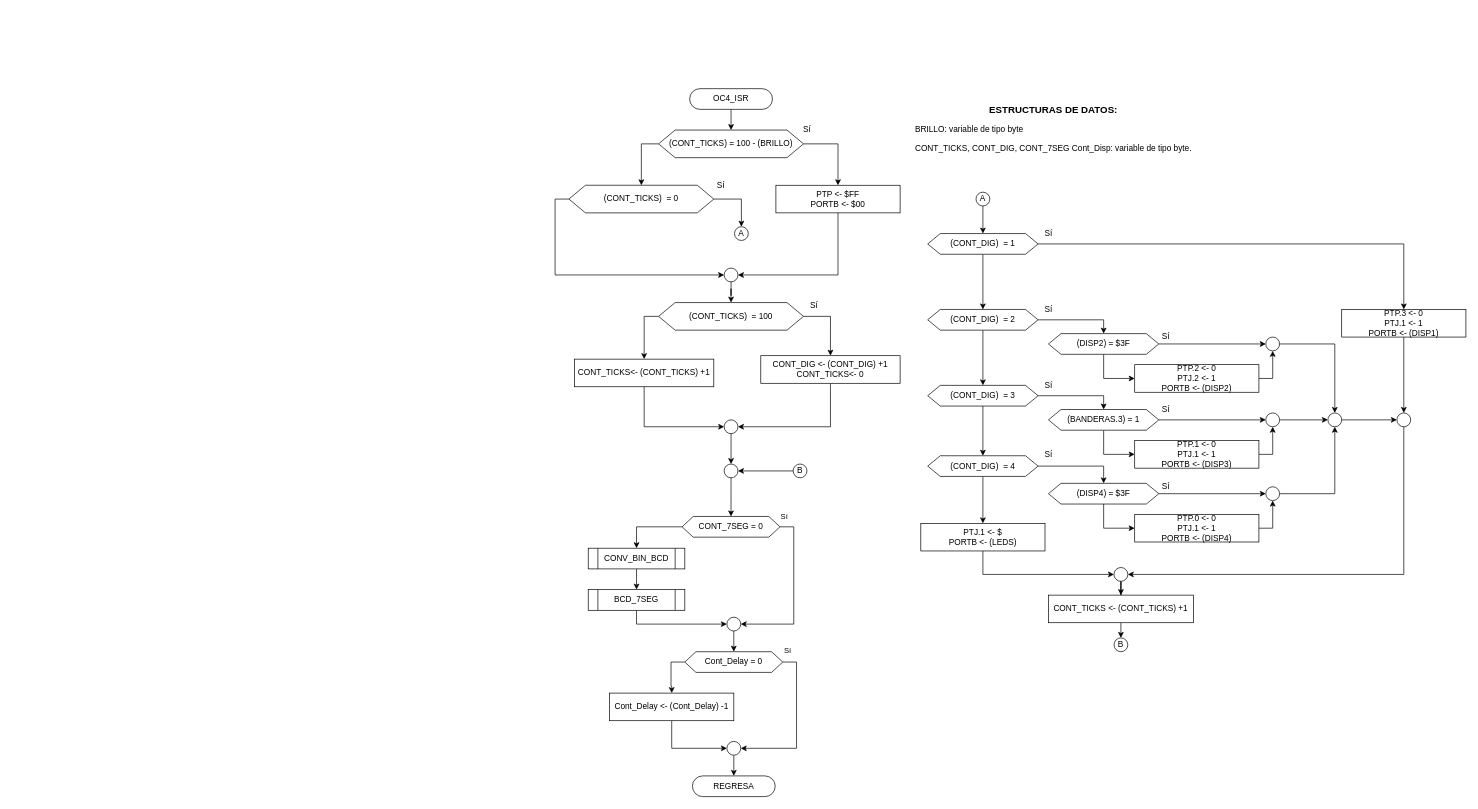
This is Tareas/T5/diagramas/drawio/OCR4_ISR.drawio from moisotico/Microprocesadores, a draw.io file, before an edit. Source tidied: cells renumbered, new cells numbered last; positions are measured from the earlier drawing's top-left corner, leaving out a move shared by most shapes. Both pictures are drawn from the tidied source at 69%, with x=0, y=0 at pixel (569, 88).
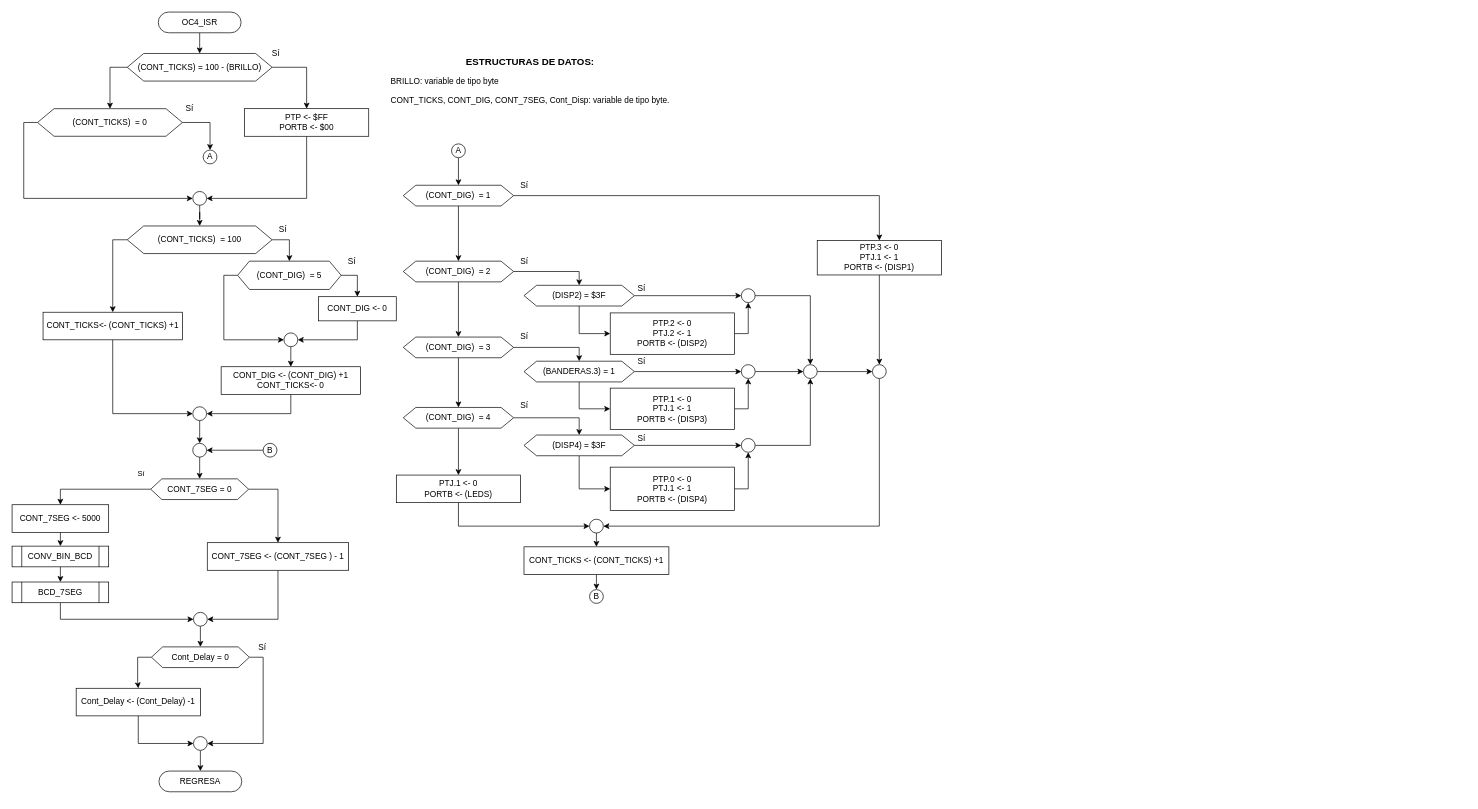
The same diagram, later.

Unchanged cells that the change refers to:
```xml
<mxCell id="9" style="edgeStyle=orthogonalEdgeStyle;rounded=0;jettySize=auto;html=1;exitX=1;exitY=0.5;exitDx=0;exitDy=0;entryX=1;entryY=0.5;entryDx=0;entryDy=0;" parent="1" edge="1" source="12" target="17">
  <mxGeometry relative="1" as="geometry" />
</mxCell>
```

What changed in the source:
```diff
@@
     <mxCell id="3" value="OC4_ISR" style="rounded=1;whiteSpace=wrap;html=1;fontSize=12;glass=0;strokeWidth=1;shadow=0;arcSize=50;" parent="1" vertex="1">
-      <mxGeometry x="175" width="120" height="30" as="geometry" />
+      <mxGeometry x="-595.1" y="-111" width="120" height="30" as="geometry" />
     </mxCell>
@@
     <mxCell id="5" value="CONV_BIN_BCD" style="shape=process;whiteSpace=wrap;html=1;backgroundOutline=1;" parent="1" vertex="1">
-      <mxGeometry x="28" y="666" width="140" height="30" as="geometry" />
+      <mxGeometry x="-807" y="663" width="140" height="30" as="geometry" />
     </mxCell>
@@
     <mxCell id="7" value="BCD_7SEG" style="shape=process;whiteSpace=wrap;html=1;backgroundOutline=1;" parent="1" vertex="1">
-      <mxGeometry x="28" y="726" width="140" height="30" as="geometry" />
+      <mxGeometry x="-807" y="715" width="140" height="30" as="geometry" />
     </mxCell>
-    <mxCell id="8" value="&lt;h3 style=&quot;text-align: center&quot;&gt;ESTRUCTURAS DE DATOS:&lt;/h3&gt;&lt;p&gt;BRILLO: variable de tipo byte&lt;br&gt;&lt;/p&gt;&lt;p&gt;CONT_TICKS, CONT_DIG, CONT_7SEG Cont_Disp: variable de tipo byte.&lt;/p&gt;&lt;p&gt;&lt;br&gt;&lt;/p&gt;&lt;p&gt;&lt;/p&gt;" style="text;html=1;strokeColor=none;fillColor=none;align=left;verticalAlign=middle;whiteSpace=wrap;rounded=0;" parent="1" vertex="1">
-      <mxGeometry x="500" width="440" height="140" as="geometry" />
+    <mxCell id="8" value="&lt;h3 style=&quot;text-align: center&quot;&gt;ESTRUCTURAS DE DATOS:&lt;/h3&gt;&lt;p&gt;BRILLO: variable de tipo byte&lt;br&gt;&lt;/p&gt;&lt;p&gt;CONT_TICKS, CONT_DIG, CONT_7SEG, Cont_Disp: variable de tipo byte.&lt;/p&gt;&lt;p&gt;&lt;br&gt;&lt;/p&gt;&lt;p&gt;&lt;/p&gt;" style="text;html=1;strokeColor=none;fillColor=none;align=left;verticalAlign=middle;whiteSpace=wrap;rounded=0;" parent="1" vertex="1">
+      <mxGeometry x="-260.1" y="-70" width="440" height="140" as="geometry" />
     </mxCell>
@@
-    <mxCell id="10" value="Sí" style="edgeLabel;html=1;align=center;verticalAlign=middle;" parent="9" vertex="1">
-      <mxGeometry x="-0.94" y="17" relative="1" as="geometry" />
-    </mxCell>
@@
     <mxCell id="12" value="Cont_Delay = 0" style="shape=hexagon;perimeter=hexagonPerimeter2;whiteSpace=wrap;html=1;size=0.11394117647058827;" parent="1" vertex="1">
-      <mxGeometry x="168" y="816" width="141.9" height="30" as="geometry" />
+      <mxGeometry x="-605" y="809" width="141.9" height="30" as="geometry" />
     </mxCell>
@@
     <mxCell id="14" value="Cont_Delay &amp;lt;- (Cont_Delay) -1" style="rounded=0;whiteSpace=wrap;html=1;" parent="1" vertex="1">
-      <mxGeometry x="59" y="876" width="180" height="40" as="geometry" />
+      <mxGeometry x="-714.1" y="869" width="180" height="40" as="geometry" />
     </mxCell>
     <mxCell id="15" value="REGRESA" style="rounded=1;whiteSpace=wrap;html=1;fontSize=12;glass=0;strokeWidth=1;shadow=0;arcSize=50;" parent="1" vertex="1">
-      <mxGeometry x="179" y="996" width="120" height="30" as="geometry" />
+      <mxGeometry x="-594.1" y="989" width="120" height="30" as="geometry" />
     </mxCell>
@@
     <mxCell id="17" style="ellipse;whiteSpace=wrap;html=1;" parent="1" vertex="1">
-      <mxGeometry x="229" y="946" width="20" height="20" as="geometry" />
+      <mxGeometry x="-544.1" y="939" width="20" height="20" as="geometry" />
     </mxCell>
@@
     <mxCell id="20" value="(CONT_TICKS)&amp;nbsp; = 0" style="shape=hexagon;perimeter=hexagonPerimeter2;whiteSpace=wrap;html=1;size=0.11394117647058827;" parent="1" vertex="1">
-      <mxGeometry y="140" width="210" height="40" as="geometry" />
+      <mxGeometry x="-770.1" y="29" width="210" height="40" as="geometry" />
     </mxCell>
@@
     <mxCell id="23" value="(CONT_TICKS) = 100 - (BRILLO)" style="shape=hexagon;perimeter=hexagonPerimeter2;whiteSpace=wrap;html=1;size=0.11394117647058827;" parent="1" vertex="1">
-      <mxGeometry x="130" y="60" width="210" height="40" as="geometry" />
+      <mxGeometry x="-640.1" y="-51" width="210" height="40" as="geometry" />
     </mxCell>
@@
     <mxCell id="25" style="ellipse;whiteSpace=wrap;html=1;" parent="1" vertex="1">
-      <mxGeometry x="225" y="260" width="20" height="20" as="geometry" />
+      <mxGeometry x="-545.1" y="149" width="20" height="20" as="geometry" />
     </mxCell>
@@
     <mxCell id="27" value="PTP &amp;lt;- $FF&lt;br&gt;PORTB &amp;lt;- $00" style="rounded=0;whiteSpace=wrap;html=1;" parent="1" vertex="1">
-      <mxGeometry x="300" y="140" width="180" height="40" as="geometry" />
+      <mxGeometry x="-470.1" y="29" width="180" height="40" as="geometry" />
     </mxCell>
     <mxCell id="28" value="Sí" style="text;html=1;align=center;verticalAlign=middle;" parent="1" vertex="1">
-      <mxGeometry x="330" y="50" width="30" height="20" as="geometry" />
+      <mxGeometry x="-440.1" y="-61" width="30" height="20" as="geometry" />
     </mxCell>
-    <mxCell id="29" style="edgeStyle=orthogonalEdgeStyle;rounded=0;jettySize=auto;html=1;exitX=0;exitY=0.5;exitDx=0;exitDy=0;entryX=0.5;entryY=0;entryDx=0;entryDy=0;" parent="1" edge="1" source="31" target="82">
+    <mxCell id="29" style="edgeStyle=orthogonalEdgeStyle;rounded=0;jettySize=auto;html=1;exitX=0;exitY=0.5;exitDx=0;exitDy=0;" parent="1" edge="1" source="31" target="82">
       <mxGeometry relative="1" as="geometry" />
     </mxCell>
-    <mxCell id="30" style="edgeStyle=orthogonalEdgeStyle;rounded=0;jettySize=auto;html=1;exitX=1;exitY=0.5;exitDx=0;exitDy=0;entryX=0.5;entryY=0;entryDx=0;entryDy=0;" parent="1" edge="1" source="31" target="84">
-      <mxGeometry relative="1" as="geometry" />
-    </mxCell>
+    <mxCell id="106" style="edgeStyle=orthogonalEdgeStyle;rounded=0;jettySize=auto;html=1;exitX=1;exitY=0.5;exitDx=0;exitDy=0;" parent="1" edge="1" source="31" target="111">
+      <mxGeometry relative="1" as="geometry" />
+    </mxCell>
     <mxCell id="31" value="(CONT_TICKS)&amp;nbsp; = 100" style="shape=hexagon;perimeter=hexagonPerimeter2;whiteSpace=wrap;html=1;size=0.11394117647058827;" parent="1" vertex="1">
-      <mxGeometry x="130" y="310" width="210" height="40" as="geometry" />
+      <mxGeometry x="-640.1" y="199" width="210" height="40" as="geometry" />
     </mxCell>
     <mxCell id="32" value="A" style="ellipse;whiteSpace=wrap;html=1;" parent="1" vertex="1">
-      <mxGeometry x="240" y="200" width="20" height="20" as="geometry" />
+      <mxGeometry x="-530.1" y="89" width="20" height="20" as="geometry" />
     </mxCell>
     <mxCell id="33" value="Sí" style="text;html=1;align=center;verticalAlign=middle;" parent="1" vertex="1">
-      <mxGeometry x="205" y="130" width="30" height="20" as="geometry" />
+      <mxGeometry x="-565.1" y="19" width="30" height="20" as="geometry" />
     </mxCell>
@@
     <mxCell id="35" value="A" style="ellipse;whiteSpace=wrap;html=1;" parent="1" vertex="1">
-      <mxGeometry x="590" y="150" width="20" height="20" as="geometry" />
+      <mxGeometry x="-170.1" y="80" width="20" height="20" as="geometry" />
     </mxCell>
@@
     <mxCell id="38" value="(CONT_DIG)&amp;nbsp; = 1" style="shape=hexagon;perimeter=hexagonPerimeter2;whiteSpace=wrap;html=1;size=0.11394117647058827;" parent="1" vertex="1">
-      <mxGeometry x="520" y="210" width="160" height="30" as="geometry" />
+      <mxGeometry x="-240.1" y="140" width="160" height="30" as="geometry" />
     </mxCell>
@@
     <mxCell id="41" value="(CONT_DIG)&amp;nbsp; = 2" style="shape=hexagon;perimeter=hexagonPerimeter2;whiteSpace=wrap;html=1;size=0.11394117647058827;" parent="1" vertex="1">
-      <mxGeometry x="520" y="320" width="160" height="30" as="geometry" />
+      <mxGeometry x="-240.1" y="250" width="160" height="30" as="geometry" />
     </mxCell>
@@
     <mxCell id="44" value="(DISP2) = $3F" style="shape=hexagon;perimeter=hexagonPerimeter2;whiteSpace=wrap;html=1;size=0.11394117647058827;" parent="1" vertex="1">
-      <mxGeometry x="695" y="355" width="160" height="30" as="geometry" />
+      <mxGeometry x="-65.1" y="285" width="160" height="30" as="geometry" />
     </mxCell>
@@
     <mxCell id="47" value="(CONT_DIG)&amp;nbsp; = 3" style="shape=hexagon;perimeter=hexagonPerimeter2;whiteSpace=wrap;html=1;size=0.11394117647058827;" parent="1" vertex="1">
-      <mxGeometry x="520" y="430" width="160" height="30" as="geometry" />
+      <mxGeometry x="-240.1" y="360" width="160" height="30" as="geometry" />
     </mxCell>
@@
     <mxCell id="50" value="(CONT_DIG)&amp;nbsp; = 4" style="shape=hexagon;perimeter=hexagonPerimeter2;whiteSpace=wrap;html=1;size=0.11394117647058827;" parent="1" vertex="1">
-      <mxGeometry x="520" y="532" width="160" height="30" as="geometry" />
+      <mxGeometry x="-240.1" y="462" width="160" height="30" as="geometry" />
     </mxCell>
@@
-    <mxCell id="52" value="PTJ.1 &amp;lt;- $&lt;br&gt;PORTB &amp;lt;- (LEDS)" style="rounded=0;whiteSpace=wrap;html=1;" parent="1" vertex="1">
-      <mxGeometry x="510" y="630" width="180" height="40" as="geometry" />
+    <mxCell id="52" value="PTJ.1 &amp;lt;- 0&lt;br&gt;PORTB &amp;lt;- (LEDS)" style="rounded=0;whiteSpace=wrap;html=1;" parent="1" vertex="1">
+      <mxGeometry x="-250.1" y="560" width="180" height="40" as="geometry" />
     </mxCell>
@@
     <mxCell id="54" value="PTP.3 &amp;lt;- 0&lt;br&gt;PTJ.1 &amp;lt;- 1&lt;br&gt;PORTB &amp;lt;- (DISP1)" style="rounded=0;whiteSpace=wrap;html=1;" parent="1" vertex="1">
-      <mxGeometry x="1120" y="320" width="180" height="40" as="geometry" />
+      <mxGeometry x="359.9" y="220" width="180" height="50" as="geometry" />
     </mxCell>
@@
     <mxCell id="56" style="ellipse;whiteSpace=wrap;html=1;" parent="1" vertex="1">
-      <mxGeometry x="790" y="694" width="20" height="20" as="geometry" />
+      <mxGeometry x="29.9" y="624" width="20" height="20" as="geometry" />
     </mxCell>
@@
     <mxCell id="58" value="CONT_TICKS &amp;lt;- (CONT_TICKS) +1" style="rounded=0;whiteSpace=wrap;html=1;" parent="1" vertex="1">
-      <mxGeometry x="695" y="734" width="210" height="40" as="geometry" />
+      <mxGeometry x="-65.1" y="664" width="210" height="40" as="geometry" />
     </mxCell>
@@
     <mxCell id="60" value="PTP.2 &amp;lt;- 0&lt;br&gt;PTJ.2 &amp;lt;- 1&lt;br&gt;PORTB &amp;lt;- (DISP2)" style="rounded=0;whiteSpace=wrap;html=1;" parent="1" vertex="1">
-      <mxGeometry x="820" y="400" width="180" height="40" as="geometry" />
+      <mxGeometry x="59.9" y="325" width="180" height="60" as="geometry" />
     </mxCell>
@@
     <mxCell id="62" style="ellipse;whiteSpace=wrap;html=1;" parent="1" vertex="1">
-      <mxGeometry x="1010" y="360" width="20" height="20" as="geometry" />
+      <mxGeometry x="249.9" y="290" width="20" height="20" as="geometry" />
     </mxCell>
@@
     <mxCell id="64" style="ellipse;whiteSpace=wrap;html=1;" parent="1" vertex="1">
-      <mxGeometry x="1100" y="470" width="20" height="20" as="geometry" />
+      <mxGeometry x="339.9" y="400" width="20" height="20" as="geometry" />
     </mxCell>
@@
     <mxCell id="66" style="ellipse;whiteSpace=wrap;html=1;" parent="1" vertex="1">
-      <mxGeometry x="1200" y="470" width="20" height="20" as="geometry" />
+      <mxGeometry x="439.9" y="400" width="20" height="20" as="geometry" />
     </mxCell>
@@
     <mxCell id="69" value="(BANDERAS.3) = 1" style="shape=hexagon;perimeter=hexagonPerimeter2;whiteSpace=wrap;html=1;size=0.11394117647058827;" parent="1" vertex="1">
-      <mxGeometry x="695" y="465" width="160" height="30" as="geometry" />
+      <mxGeometry x="-65.1" y="395" width="160" height="30" as="geometry" />
     </mxCell>
@@
     <mxCell id="71" value="PTP.1 &amp;lt;- 0&lt;br&gt;PTJ.1 &amp;lt;- 1&lt;br&gt;PORTB &amp;lt;- (DISP3)" style="rounded=0;whiteSpace=wrap;html=1;" parent="1" vertex="1">
-      <mxGeometry x="820" y="510" width="180" height="40" as="geometry" />
+      <mxGeometry x="59.9" y="434" width="180" height="60" as="geometry" />
     </mxCell>
@@
     <mxCell id="73" style="ellipse;whiteSpace=wrap;html=1;" parent="1" vertex="1">
-      <mxGeometry x="1010" y="470" width="20" height="20" as="geometry" />
+      <mxGeometry x="249.9" y="400" width="20" height="20" as="geometry" />
     </mxCell>
@@
     <mxCell id="76" value="(DISP4) = $3F" style="shape=hexagon;perimeter=hexagonPerimeter2;whiteSpace=wrap;html=1;size=0.11394117647058827;" parent="1" vertex="1">
-      <mxGeometry x="695" y="572" width="160" height="30" as="geometry" />
+      <mxGeometry x="-65.1" y="502" width="160" height="30" as="geometry" />
     </mxCell>
@@
     <mxCell id="78" value="PTP.0 &amp;lt;- 0&lt;br&gt;PTJ.1 &amp;lt;- 1&lt;br&gt;PORTB &amp;lt;- (DISP4)" style="rounded=0;whiteSpace=wrap;html=1;" parent="1" vertex="1">
-      <mxGeometry x="820" y="617" width="180" height="40" as="geometry" />
+      <mxGeometry x="59.9" y="548.5" width="180" height="63" as="geometry" />
     </mxCell>
@@
     <mxCell id="80" style="ellipse;whiteSpace=wrap;html=1;" parent="1" vertex="1">
-      <mxGeometry x="1010" y="577" width="20" height="20" as="geometry" />
+      <mxGeometry x="249.9" y="507" width="20" height="20" as="geometry" />
     </mxCell>
@@
     <mxCell id="82" value="CONT_TICKS&amp;lt;- (CONT_TICKS) +1" style="rounded=0;whiteSpace=wrap;html=1;" parent="1" vertex="1">
-      <mxGeometry x="8.1" y="392" width="201.9" height="40" as="geometry" />
+      <mxGeometry x="-762.1" y="324" width="201.9" height="40" as="geometry" />
     </mxCell>
@@
     <mxCell id="84" value="CONT_DIG &amp;lt;- (CONT_DIG) +1&lt;br&gt;CONT_TICKS&amp;lt;- 0" style="rounded=0;whiteSpace=wrap;html=1;" parent="1" vertex="1">
-      <mxGeometry x="278.1" y="387" width="201.9" height="40" as="geometry" />
+      <mxGeometry x="-504" y="403" width="201.9" height="40" as="geometry" />
     </mxCell>
-    <mxCell id="85" style="edgeStyle=orthogonalEdgeStyle;rounded=0;jettySize=auto;html=1;" parent="1" edge="1" source="86" target="88">
+    <mxCell id="85" style="edgeStyle=orthogonalEdgeStyle;rounded=0;jettySize=auto;html=1;exitX=0.5;exitY=1;exitDx=0;exitDy=0;entryX=0.5;entryY=0;entryDx=0;entryDy=0;" parent="1" edge="1" source="86" target="88">
       <mxGeometry relative="1" as="geometry" />
     </mxCell>
     <mxCell id="86" style="ellipse;whiteSpace=wrap;html=1;" parent="1" vertex="1">
-      <mxGeometry x="225" y="480" width="20" height="20" as="geometry" />
+      <mxGeometry x="-545.1" y="461" width="20" height="20" as="geometry" />
     </mxCell>
@@
     <mxCell id="88" style="ellipse;whiteSpace=wrap;html=1;" parent="1" vertex="1">
-      <mxGeometry x="225" y="544" width="20" height="20" as="geometry" />
+      <mxGeometry x="-545.1" y="514" width="20" height="20" as="geometry" />
     </mxCell>
@@
     <mxCell id="90" value="B" style="ellipse;whiteSpace=wrap;html=1;" parent="1" vertex="1">
-      <mxGeometry x="325" y="544" width="20" height="20" as="geometry" />
+      <mxGeometry x="-443.1" y="514" width="20" height="20" as="geometry" />
     </mxCell>
@@
     <mxCell id="92" style="ellipse;whiteSpace=wrap;html=1;" parent="1" vertex="1">
-      <mxGeometry x="229" y="766" width="20" height="20" as="geometry" />
+      <mxGeometry x="-544.1" y="759" width="20" height="20" as="geometry" />
     </mxCell>
-    <mxCell id="93" style="edgeStyle=orthogonalEdgeStyle;rounded=0;jettySize=auto;html=1;exitX=1;exitY=0.5;exitDx=0;exitDy=0;entryX=1;entryY=0.5;entryDx=0;entryDy=0;" parent="1" edge="1" source="95" target="92">
-      <mxGeometry relative="1" as="geometry" />
-    </mxCell>
-    <mxCell id="94" style="edgeStyle=orthogonalEdgeStyle;rounded=0;jettySize=auto;html=1;exitX=0;exitY=0.5;exitDx=0;exitDy=0;entryX=0.5;entryY=0;entryDx=0;entryDy=0;" parent="1" edge="1" source="95" target="5">
-      <mxGeometry relative="1" as="geometry" />
-    </mxCell>
+    <mxCell id="107" style="edgeStyle=orthogonalEdgeStyle;rounded=0;jettySize=auto;html=1;exitX=0;exitY=0.5;exitDx=0;exitDy=0;entryX=0.5;entryY=0;entryDx=0;entryDy=0;" parent="1" edge="1" source="95" target="118">
+      <mxGeometry relative="1" as="geometry" />
+    </mxCell>
+    <mxCell id="108" style="edgeStyle=orthogonalEdgeStyle;rounded=0;jettySize=auto;html=1;exitX=1;exitY=0.5;exitDx=0;exitDy=0;entryX=0.5;entryY=0;entryDx=0;entryDy=0;" parent="1" edge="1" source="95" target="120">
+      <mxGeometry relative="1" as="geometry" />
+    </mxCell>
     <mxCell id="95" value="CONT_7SEG = 0" style="shape=hexagon;perimeter=hexagonPerimeter2;whiteSpace=wrap;html=1;size=0.11394117647058827;" parent="1" vertex="1">
-      <mxGeometry x="164" y="620" width="141.9" height="30" as="geometry" />
+      <mxGeometry x="-606.1" y="565.5" width="141.9" height="30" as="geometry" />
     </mxCell>
     <mxCell id="96" value="Sí" style="edgeLabel;html=1;align=center;verticalAlign=middle;" parent="1" vertex="1">
-      <mxGeometry x="270" y="746" as="geometry">
+      <mxGeometry x="-661.1" y="684" as="geometry">
         <mxPoint x="41" y="-127" as="offset" />
       </mxGeometry>
     </mxCell>
     <mxCell id="97" value="B" style="ellipse;whiteSpace=wrap;html=1;" parent="1" vertex="1">
-      <mxGeometry x="790" y="796" width="20" height="20" as="geometry" />
+      <mxGeometry x="29.9" y="726" width="20" height="20" as="geometry" />
     </mxCell>
     <mxCell id="98" value="Sí" style="text;html=1;align=center;verticalAlign=middle;" parent="1" vertex="1">
-      <mxGeometry x="340" y="305" width="30" height="20" as="geometry" />
+      <mxGeometry x="-430.1" y="194" width="30" height="20" as="geometry" />
     </mxCell>
     <mxCell id="99" value="Sí" style="text;html=1;align=center;verticalAlign=middle;" parent="1" vertex="1">
-      <mxGeometry x="680" y="200" width="30" height="20" as="geometry" />
+      <mxGeometry x="-80.1" y="130" width="30" height="20" as="geometry" />
     </mxCell>
     <mxCell id="100" value="Sí" style="text;html=1;align=center;verticalAlign=middle;" parent="1" vertex="1">
-      <mxGeometry x="680" y="310" width="30" height="20" as="geometry" />
+      <mxGeometry x="-80.1" y="240" width="30" height="20" as="geometry" />
     </mxCell>
     <mxCell id="101" value="Sí" style="text;html=1;align=center;verticalAlign=middle;" parent="1" vertex="1">
-      <mxGeometry x="680" y="420" width="30" height="20" as="geometry" />
+      <mxGeometry x="-80.1" y="350" width="30" height="20" as="geometry" />
     </mxCell>
     <mxCell id="102" value="Sí" style="text;html=1;align=center;verticalAlign=middle;" parent="1" vertex="1">
-      <mxGeometry x="680" y="520" width="30" height="20" as="geometry" />
+      <mxGeometry x="-80.1" y="450" width="30" height="20" as="geometry" />
     </mxCell>
     <mxCell id="103" value="Sí" style="text;html=1;align=center;verticalAlign=middle;" parent="1" vertex="1">
-      <mxGeometry x="850" y="350" width="30" height="20" as="geometry" />
+      <mxGeometry x="89.9" y="280" width="30" height="20" as="geometry" />
     </mxCell>
     <mxCell id="104" value="Sí" style="text;html=1;align=center;verticalAlign=middle;" parent="1" vertex="1">
-      <mxGeometry x="850" y="455" width="30" height="20" as="geometry" />
+      <mxGeometry x="89.9" y="385" width="30" height="20" as="geometry" />
     </mxCell>
     <mxCell id="105" value="Sí" style="text;html=1;align=center;verticalAlign=middle;" parent="1" vertex="1">
-      <mxGeometry x="850" y="567" width="30" height="20" as="geometry" />
+      <mxGeometry x="89.9" y="497" width="30" height="20" as="geometry" />
     </mxCell>
+    <mxCell id="109" style="edgeStyle=orthogonalEdgeStyle;rounded=0;jettySize=auto;html=1;exitX=1;exitY=0.5;exitDx=0;exitDy=0;" parent="1" edge="1" source="111" target="113">
+      <mxGeometry relative="1" as="geometry" />
+    </mxCell>
+    <mxCell id="110" style="edgeStyle=orthogonalEdgeStyle;rounded=0;jettySize=auto;html=1;exitX=0;exitY=0.5;exitDx=0;exitDy=0;entryX=0;entryY=0.5;entryDx=0;entryDy=0;" parent="1" edge="1" source="111" target="115">
+      <mxGeometry relative="1" as="geometry" />
+    </mxCell>
+    <mxCell id="111" value="(CONT_DIG)&amp;nbsp; = 5" style="shape=hexagon;perimeter=hexagonPerimeter2;whiteSpace=wrap;html=1;size=0.11394117647058827;" parent="1" vertex="1">
+      <mxGeometry x="-480.1" y="250" width="150" height="41" as="geometry" />
+    </mxCell>
+    <mxCell id="112" style="edgeStyle=orthogonalEdgeStyle;rounded=0;jettySize=auto;html=1;exitX=0.5;exitY=1;exitDx=0;exitDy=0;entryX=1;entryY=0.5;entryDx=0;entryDy=0;" parent="1" edge="1" source="113" target="115">
+      <mxGeometry relative="1" as="geometry" />
+    </mxCell>
+    <mxCell id="113" value="CONT_DIG &amp;lt;- 0" style="rounded=0;whiteSpace=wrap;html=1;" parent="1" vertex="1">
+      <mxGeometry x="-363" y="301.5" width="112.8" height="35" as="geometry" />
+    </mxCell>
+    <mxCell id="114" style="edgeStyle=orthogonalEdgeStyle;rounded=0;jettySize=auto;html=1;exitX=0.5;exitY=1;exitDx=0;exitDy=0;entryX=0.5;entryY=0;entryDx=0;entryDy=0;" parent="1" edge="1" source="115" target="84">
+      <mxGeometry relative="1" as="geometry" />
+    </mxCell>
+    <mxCell id="115" style="ellipse;whiteSpace=wrap;html=1;" parent="1" vertex="1">
+      <mxGeometry x="-413" y="354" width="20" height="20" as="geometry" />
+    </mxCell>
+    <mxCell id="116" value="Sí" style="text;html=1;align=center;verticalAlign=middle;" parent="1" vertex="1">
+      <mxGeometry x="-330.1" y="241" width="30" height="20" as="geometry" />
+    </mxCell>
+    <mxCell id="117" style="edgeStyle=orthogonalEdgeStyle;rounded=0;jettySize=auto;html=1;exitX=0.5;exitY=1;exitDx=0;exitDy=0;entryX=0.5;entryY=0;entryDx=0;entryDy=0;" parent="1" edge="1" source="118" target="5">
+      <mxGeometry relative="1" as="geometry" />
+    </mxCell>
+    <mxCell id="118" value="CONT_7SEG &amp;lt;- 5000" style="rounded=0;whiteSpace=wrap;html=1;" parent="1" vertex="1">
+      <mxGeometry x="-807" y="603" width="140" height="40" as="geometry" />
+    </mxCell>
+    <mxCell id="119" style="edgeStyle=orthogonalEdgeStyle;rounded=0;jettySize=auto;html=1;exitX=0.5;exitY=1;exitDx=0;exitDy=0;entryX=1;entryY=0.5;entryDx=0;entryDy=0;" parent="1" edge="1" source="120" target="92">
+      <mxGeometry relative="1" as="geometry" />
+    </mxCell>
+    <mxCell id="120" value="&lt;span style=&quot;font-family: &amp;#34;helvetica&amp;#34;&quot;&gt;CONT_7SEG &amp;lt;- (&lt;/span&gt;&lt;span style=&quot;font-family: &amp;#34;helvetica&amp;#34;&quot;&gt;CONT_7SEG ) - 1&lt;/span&gt;" style="rounded=0;whiteSpace=wrap;html=1;" parent="1" vertex="1">
+      <mxGeometry x="-524.1" y="658" width="204.9" height="40" as="geometry" />
+    </mxCell>
+    <mxCell id="121" value="Sí" style="text;html=1;strokeColor=none;fillColor=none;align=center;verticalAlign=middle;whiteSpace=wrap;rounded=0;" parent="1" vertex="1">
+      <mxGeometry x="-464.2" y="800" width="40" height="20" as="geometry" />
+    </mxCell>
```
